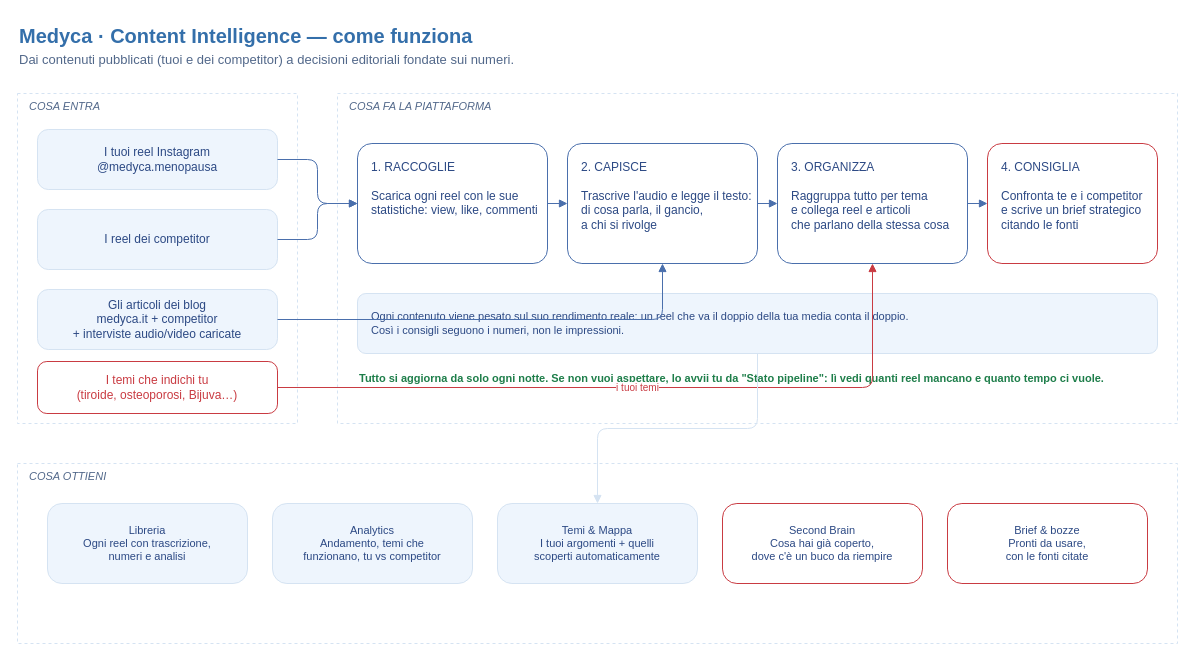
Above: page "1 · Pipeline (alto livello)" (1 of 3) of docs/medycabrain-pipeline-cliente.drawio in Giuseppescaffid1/medycabrain (draw.io), before the change. Source tidied: cells renumbered, new cells numbered last; positions are measured from the earlier drawing's top-left corner, leaving out a move shared by most shapes. Both pictures are drawn from the tidied source at 100%, with x=0, y=0 at pixel (17, 17).
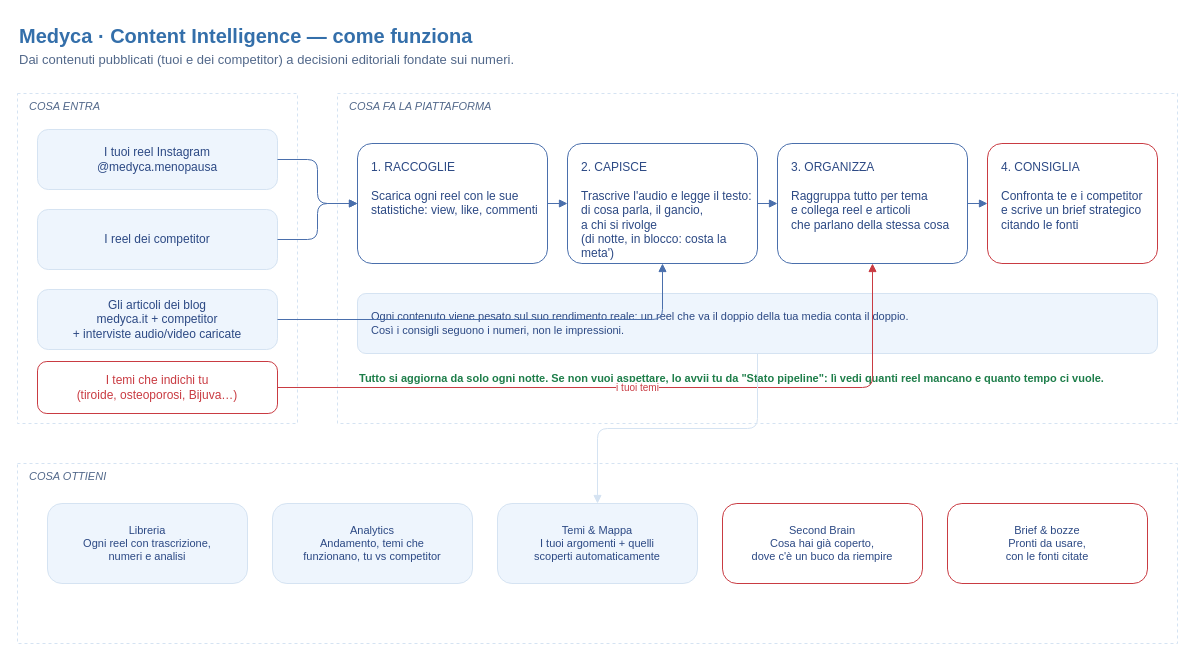
The same diagram, later.

Diff of the diagram source:
```diff
@@
-    <mxCell id="11" value="2. CAPISCE&#10;&#10;Trascrive l'audio e legge il testo:&#10;di cosa parla, il gancio,&#10;a chi si rivolge" style="rounded=1;whiteSpace=wrap;html=1;fillColor=#FFFFFF;strokeColor=#4A6FAC;fontColor=#2C4984;fontSize=12;align=left;spacingLeft=12;verticalAlign=top;spacingTop=10;arcSize=12;" parent="1" vertex="1">
+    <mxCell id="11" value="2. CAPISCE&#10;&#10;Trascrive l'audio e legge il testo:&#10;di cosa parla, il gancio,&#10;a chi si rivolge&#10;(di notte, in blocco: costa la meta')" style="rounded=1;whiteSpace=wrap;html=1;fillColor=#FFFFFF;strokeColor=#4A6FAC;fontColor=#2C4984;fontSize=12;align=left;spacingLeft=12;verticalAlign=top;spacingTop=10;arcSize=12;" parent="1" vertex="1">
       <mxGeometry x="550" y="126" width="190" height="120" as="geometry" />
     </mxCell>
```
